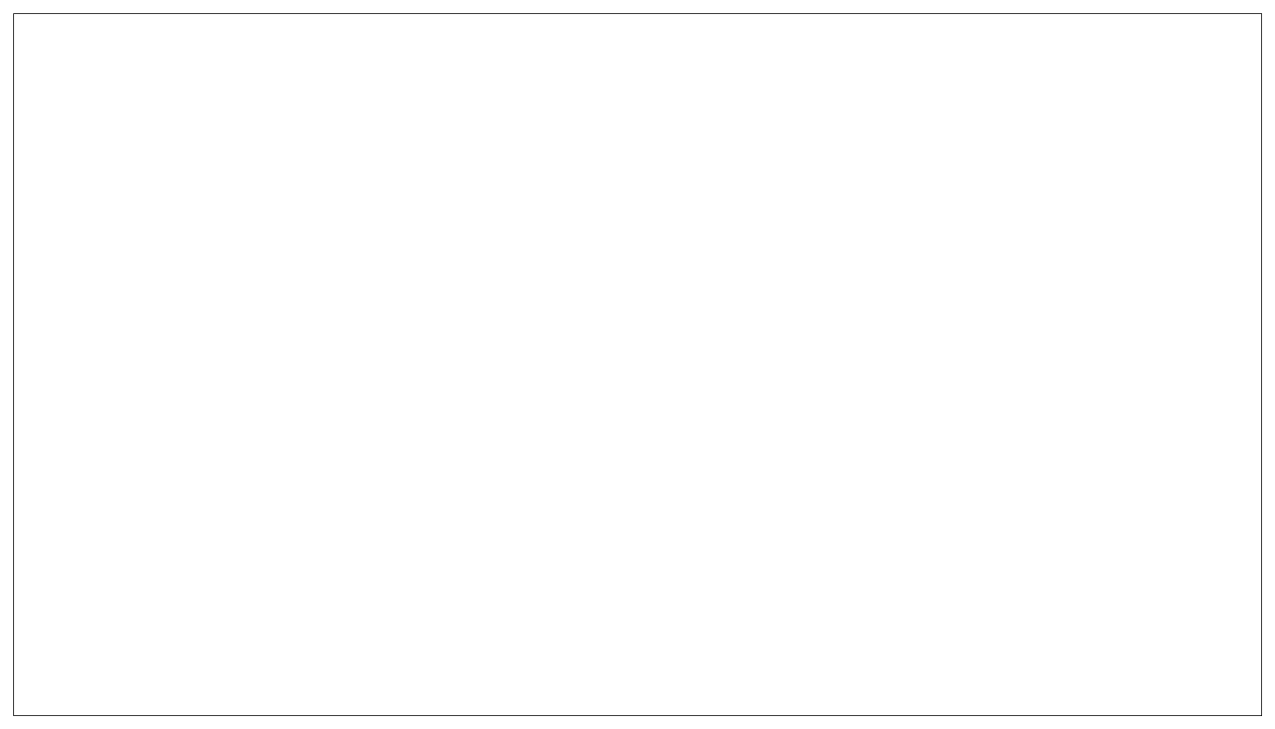
The draw.io diagram page "Level Editor" (5 of 5) of diagram.drawio in tanjinhung/Nonogram, before the edit. Source tidied: cells renumbered, new cells numbered last; positions are measured from the earlier drawing's top-left corner, leaving out a move shared by most shapes. Both pictures are drawn from the tidied source at 78%, with x=0, y=0 at pixel (13, 13).
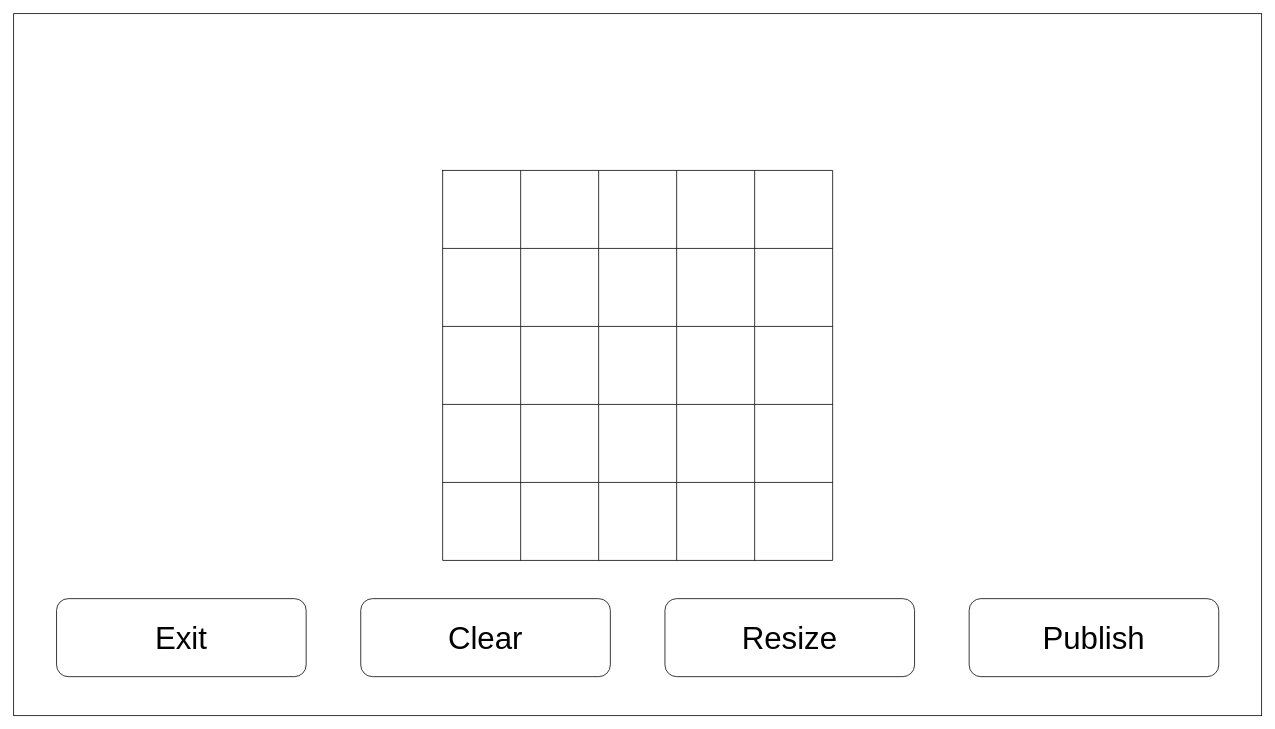
After the change.

What changed in the source:
```diff
@@
+    <mxCell id="3" style="shape=table;html=1;whiteSpace=wrap;startSize=0;childLayout=tableLayout;rounded=0;labelBackgroundColor=none;strokeColor=default;fontFamily=Helvetica;fontSize=26;fontColor=default;fillColor=default;arcSize=0;swimlaneLine=0;" parent="1" vertex="1">
+      <mxGeometry x="550" y="201" width="500" height="500" as="geometry" />
+    </mxCell>
+    <mxCell id="4" style="shape=tableRow;horizontal=0;startSize=0;swimlaneHead=0;swimlaneBody=0;top=0;left=0;bottom=0;right=0;fillColor=none;rounded=1;labelBackgroundColor=none;strokeColor=default;fontFamily=Helvetica;fontSize=26;fontColor=default;html=1;" parent="3" vertex="1">
+      <mxGeometry width="500" height="100" as="geometry" />
+    </mxCell>
+    <mxCell id="5" style="shape=partialRectangle;html=1;whiteSpace=wrap;fillColor=none;top=0;left=0;bottom=0;right=0;overflow=hidden;rounded=1;labelBackgroundColor=none;strokeColor=default;fontFamily=Helvetica;fontSize=26;fontColor=default;" parent="4" vertex="1">
+      <mxGeometry width="100" height="100" as="geometry" />
+    </mxCell>
+    <mxCell id="6" style="shape=partialRectangle;html=1;whiteSpace=wrap;fillColor=none;top=0;left=0;bottom=0;right=0;overflow=hidden;rounded=1;labelBackgroundColor=none;strokeColor=default;fontFamily=Helvetica;fontSize=26;fontColor=default;" parent="4" vertex="1">
+      <mxGeometry x="100" width="100" height="100" as="geometry" />
+    </mxCell>
+    <mxCell id="7" style="shape=partialRectangle;html=1;whiteSpace=wrap;fillColor=none;top=0;left=0;bottom=0;right=0;overflow=hidden;rounded=1;labelBackgroundColor=none;strokeColor=default;fontFamily=Helvetica;fontSize=26;fontColor=default;" parent="4" vertex="1">
+      <mxGeometry x="200" width="100" height="100" as="geometry" />
+    </mxCell>
+    <mxCell id="8" style="shape=partialRectangle;html=1;whiteSpace=wrap;fillColor=none;top=0;left=0;bottom=0;right=0;overflow=hidden;rounded=1;labelBackgroundColor=none;strokeColor=default;fontFamily=Helvetica;fontSize=26;fontColor=default;" parent="4" vertex="1">
+      <mxGeometry x="300" width="100" height="100" as="geometry" />
+    </mxCell>
+    <mxCell id="9" style="shape=partialRectangle;html=1;whiteSpace=wrap;fillColor=none;top=0;left=0;bottom=0;right=0;overflow=hidden;rounded=1;labelBackgroundColor=none;strokeColor=default;fontFamily=Helvetica;fontSize=26;fontColor=default;" parent="4" vertex="1">
+      <mxGeometry x="400" width="100" height="100" as="geometry" />
+    </mxCell>
+    <mxCell id="10" style="shape=tableRow;horizontal=0;startSize=0;swimlaneHead=0;swimlaneBody=0;top=0;left=0;bottom=0;right=0;fillColor=none;rounded=1;labelBackgroundColor=none;strokeColor=default;fontFamily=Helvetica;fontSize=26;fontColor=default;html=1;" parent="3" vertex="1">
+      <mxGeometry y="100" width="500" height="100" as="geometry" />
+    </mxCell>
+    <mxCell id="11" style="shape=partialRectangle;html=1;whiteSpace=wrap;fillColor=none;top=0;left=0;bottom=0;right=0;overflow=hidden;rounded=1;labelBackgroundColor=none;strokeColor=default;fontFamily=Helvetica;fontSize=26;fontColor=default;" parent="10" vertex="1">
+      <mxGeometry width="100" height="100" as="geometry" />
+    </mxCell>
+    <mxCell id="12" style="shape=partialRectangle;html=1;whiteSpace=wrap;fillColor=none;top=0;left=0;bottom=0;right=0;overflow=hidden;rounded=1;labelBackgroundColor=none;strokeColor=default;fontFamily=Helvetica;fontSize=26;fontColor=default;" parent="10" vertex="1">
+      <mxGeometry x="100" width="100" height="100" as="geometry" />
+    </mxCell>
+    <mxCell id="13" style="shape=partialRectangle;html=1;whiteSpace=wrap;fillColor=none;top=0;left=0;bottom=0;right=0;overflow=hidden;rounded=1;labelBackgroundColor=none;strokeColor=default;fontFamily=Helvetica;fontSize=26;fontColor=default;" parent="10" vertex="1">
+      <mxGeometry x="200" width="100" height="100" as="geometry" />
+    </mxCell>
+    <mxCell id="14" style="shape=partialRectangle;html=1;whiteSpace=wrap;fillColor=none;top=0;left=0;bottom=0;right=0;overflow=hidden;rounded=1;labelBackgroundColor=none;strokeColor=default;fontFamily=Helvetica;fontSize=26;fontColor=default;" parent="10" vertex="1">
+      <mxGeometry x="300" width="100" height="100" as="geometry" />
+    </mxCell>
+    <mxCell id="15" style="shape=partialRectangle;html=1;whiteSpace=wrap;fillColor=none;top=0;left=0;bottom=0;right=0;overflow=hidden;rounded=1;labelBackgroundColor=none;strokeColor=default;fontFamily=Helvetica;fontSize=26;fontColor=default;" parent="10" vertex="1">
+      <mxGeometry x="400" width="100" height="100" as="geometry" />
+    </mxCell>
+    <mxCell id="16" style="shape=tableRow;horizontal=0;startSize=0;swimlaneHead=0;swimlaneBody=0;top=0;left=0;bottom=0;right=0;fillColor=none;rounded=1;labelBackgroundColor=none;strokeColor=default;fontFamily=Helvetica;fontSize=26;fontColor=default;html=1;" parent="3" vertex="1">
+      <mxGeometry y="200" width="500" height="100" as="geometry" />
+    </mxCell>
+    <mxCell id="17" style="shape=partialRectangle;html=1;whiteSpace=wrap;fillColor=none;top=0;left=0;bottom=0;right=0;overflow=hidden;rounded=1;labelBackgroundColor=none;strokeColor=default;fontFamily=Helvetica;fontSize=26;fontColor=default;" parent="16" vertex="1">
+      <mxGeometry width="100" height="100" as="geometry" />
+    </mxCell>
+    <mxCell id="18" style="shape=partialRectangle;html=1;whiteSpace=wrap;fillColor=none;top=0;left=0;bottom=0;right=0;overflow=hidden;rounded=1;labelBackgroundColor=none;strokeColor=default;fontFamily=Helvetica;fontSize=26;fontColor=default;" parent="16" vertex="1">
+      <mxGeometry x="100" width="100" height="100" as="geometry" />
+    </mxCell>
+    <mxCell id="19" style="shape=partialRectangle;html=1;whiteSpace=wrap;fillColor=none;top=0;left=0;bottom=0;right=0;overflow=hidden;rounded=1;labelBackgroundColor=none;strokeColor=default;fontFamily=Helvetica;fontSize=26;fontColor=default;" parent="16" vertex="1">
+      <mxGeometry x="200" width="100" height="100" as="geometry" />
+    </mxCell>
+    <mxCell id="20" style="shape=partialRectangle;html=1;whiteSpace=wrap;fillColor=none;top=0;left=0;bottom=0;right=0;overflow=hidden;rounded=1;labelBackgroundColor=none;strokeColor=default;fontFamily=Helvetica;fontSize=26;fontColor=default;" parent="16" vertex="1">
+      <mxGeometry x="300" width="100" height="100" as="geometry" />
+    </mxCell>
+    <mxCell id="21" style="shape=partialRectangle;html=1;whiteSpace=wrap;fillColor=none;top=0;left=0;bottom=0;right=0;overflow=hidden;rounded=1;labelBackgroundColor=none;strokeColor=default;fontFamily=Helvetica;fontSize=26;fontColor=default;" parent="16" vertex="1">
+      <mxGeometry x="400" width="100" height="100" as="geometry" />
+    </mxCell>
+    <mxCell id="22" style="shape=tableRow;horizontal=0;startSize=0;swimlaneHead=0;swimlaneBody=0;top=0;left=0;bottom=0;right=0;fillColor=none;rounded=1;labelBackgroundColor=none;strokeColor=default;fontFamily=Helvetica;fontSize=26;fontColor=default;html=1;" parent="3" vertex="1">
+      <mxGeometry y="300" width="500" height="100" as="geometry" />
+    </mxCell>
+    <mxCell id="23" style="shape=partialRectangle;html=1;whiteSpace=wrap;fillColor=none;top=0;left=0;bottom=0;right=0;overflow=hidden;rounded=1;labelBackgroundColor=none;strokeColor=default;fontFamily=Helvetica;fontSize=26;fontColor=default;" parent="22" vertex="1">
+      <mxGeometry width="100" height="100" as="geometry" />
+    </mxCell>
+    <mxCell id="24" style="shape=partialRectangle;html=1;whiteSpace=wrap;fillColor=none;top=0;left=0;bottom=0;right=0;overflow=hidden;rounded=1;labelBackgroundColor=none;strokeColor=default;fontFamily=Helvetica;fontSize=26;fontColor=default;" parent="22" vertex="1">
+      <mxGeometry x="100" width="100" height="100" as="geometry" />
+    </mxCell>
+    <mxCell id="25" style="shape=partialRectangle;html=1;whiteSpace=wrap;fillColor=none;top=0;left=0;bottom=0;right=0;overflow=hidden;rounded=1;labelBackgroundColor=none;strokeColor=default;fontFamily=Helvetica;fontSize=26;fontColor=default;" parent="22" vertex="1">
+      <mxGeometry x="200" width="100" height="100" as="geometry" />
+    </mxCell>
+    <mxCell id="26" style="shape=partialRectangle;html=1;whiteSpace=wrap;fillColor=none;top=0;left=0;bottom=0;right=0;overflow=hidden;rounded=1;labelBackgroundColor=none;strokeColor=default;fontFamily=Helvetica;fontSize=26;fontColor=default;" parent="22" vertex="1">
+      <mxGeometry x="300" width="100" height="100" as="geometry" />
+    </mxCell>
+    <mxCell id="27" style="shape=partialRectangle;html=1;whiteSpace=wrap;fillColor=none;top=0;left=0;bottom=0;right=0;overflow=hidden;rounded=1;labelBackgroundColor=none;strokeColor=default;fontFamily=Helvetica;fontSize=26;fontColor=default;" parent="22" vertex="1">
+      <mxGeometry x="400" width="100" height="100" as="geometry" />
+    </mxCell>
+    <mxCell id="28" style="shape=tableRow;horizontal=0;startSize=0;swimlaneHead=0;swimlaneBody=0;top=0;left=0;bottom=0;right=0;fillColor=none;rounded=1;labelBackgroundColor=none;strokeColor=default;fontFamily=Helvetica;fontSize=26;fontColor=default;html=1;" parent="3" vertex="1">
+      <mxGeometry y="400" width="500" height="100" as="geometry" />
+    </mxCell>
+    <mxCell id="29" style="shape=partialRectangle;html=1;whiteSpace=wrap;fillColor=none;top=0;left=0;bottom=0;right=0;overflow=hidden;rounded=1;labelBackgroundColor=none;strokeColor=default;fontFamily=Helvetica;fontSize=26;fontColor=default;" parent="28" vertex="1">
+      <mxGeometry width="100" height="100" as="geometry" />
+    </mxCell>
+    <mxCell id="30" style="shape=partialRectangle;html=1;whiteSpace=wrap;fillColor=none;top=0;left=0;bottom=0;right=0;overflow=hidden;rounded=1;labelBackgroundColor=none;strokeColor=default;fontFamily=Helvetica;fontSize=26;fontColor=default;" parent="28" vertex="1">
+      <mxGeometry x="100" width="100" height="100" as="geometry" />
+    </mxCell>
+    <mxCell id="31" style="shape=partialRectangle;html=1;whiteSpace=wrap;fillColor=none;top=0;left=0;bottom=0;right=0;overflow=hidden;rounded=1;labelBackgroundColor=none;strokeColor=default;fontFamily=Helvetica;fontSize=26;fontColor=default;" parent="28" vertex="1">
+      <mxGeometry x="200" width="100" height="100" as="geometry" />
+    </mxCell>
+    <mxCell id="32" style="shape=partialRectangle;html=1;whiteSpace=wrap;fillColor=none;top=0;left=0;bottom=0;right=0;overflow=hidden;rounded=1;labelBackgroundColor=none;strokeColor=default;fontFamily=Helvetica;fontSize=26;fontColor=default;" parent="28" vertex="1">
+      <mxGeometry x="300" width="100" height="100" as="geometry" />
+    </mxCell>
+    <mxCell id="33" style="shape=partialRectangle;html=1;whiteSpace=wrap;fillColor=none;top=0;left=0;bottom=0;right=0;overflow=hidden;rounded=1;labelBackgroundColor=none;strokeColor=default;fontFamily=Helvetica;fontSize=26;fontColor=default;" parent="28" vertex="1">
+      <mxGeometry x="400" width="100" height="100" as="geometry" />
+    </mxCell>
+    <mxCell id="34" value="Resize" style="rounded=1;whiteSpace=wrap;html=1;labelBackgroundColor=none;strokeColor=default;fontFamily=Helvetica;fontSize=40;fontColor=default;fillColor=default;" parent="1" vertex="1">
+      <mxGeometry x="835" y="750" width="320" height="100" as="geometry" />
+    </mxCell>
+    <mxCell id="35" value="Publish" style="rounded=1;whiteSpace=wrap;html=1;labelBackgroundColor=none;strokeColor=default;fontFamily=Helvetica;fontSize=40;fontColor=default;fillColor=default;" parent="1" vertex="1">
+      <mxGeometry x="1225" y="750" width="320" height="100" as="geometry" />
+    </mxCell>
+    <mxCell id="36" value="Exit" style="rounded=1;whiteSpace=wrap;html=1;labelBackgroundColor=none;strokeColor=default;fontFamily=Helvetica;fontSize=40;fontColor=default;fillColor=default;" parent="1" vertex="1">
+      <mxGeometry x="55" y="750" width="320" height="100" as="geometry" />
+    </mxCell>
+    <mxCell id="37" value="Clear" style="rounded=1;whiteSpace=wrap;html=1;labelBackgroundColor=none;strokeColor=default;fontFamily=Helvetica;fontSize=40;fontColor=default;fillColor=default;" parent="1" vertex="1">
+      <mxGeometry x="445" y="750" width="320" height="100" as="geometry" />
+    </mxCell>
```
